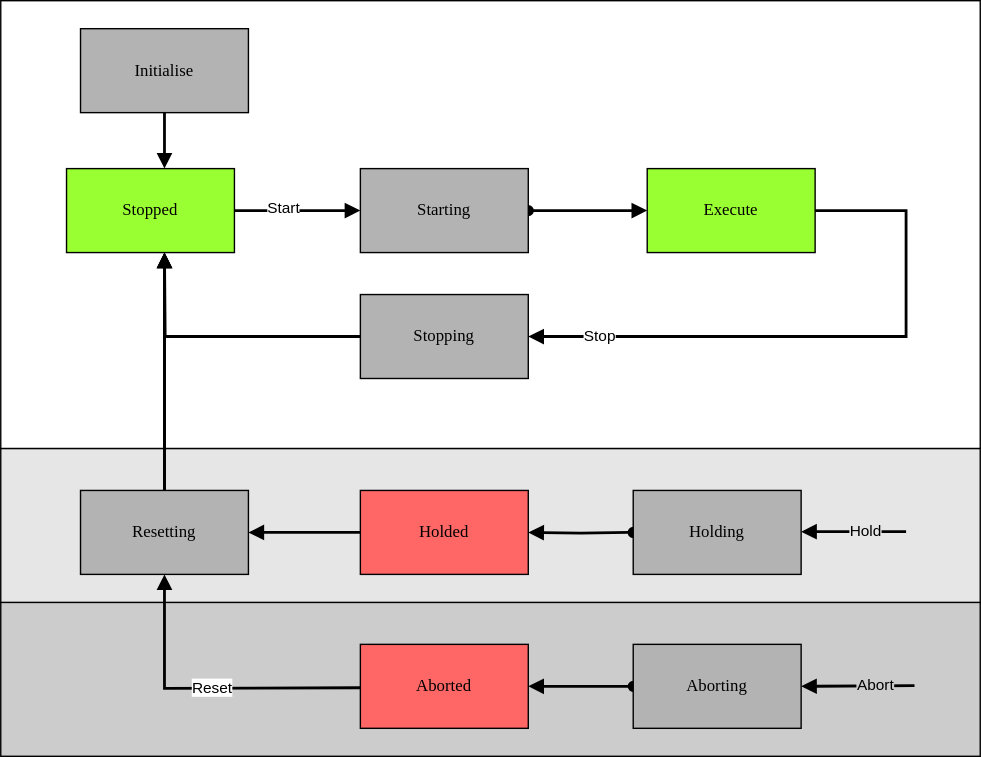
PeterZerlauth/Tc3_Component keeps this draw.io diagram as docs/StateMachine.drawio.svg. Above is the earlier version. Source tidied: cells renumbered, new cells last; positions are measured from the earlier drawing's top-left corner, leaving out a move shared by most shapes.
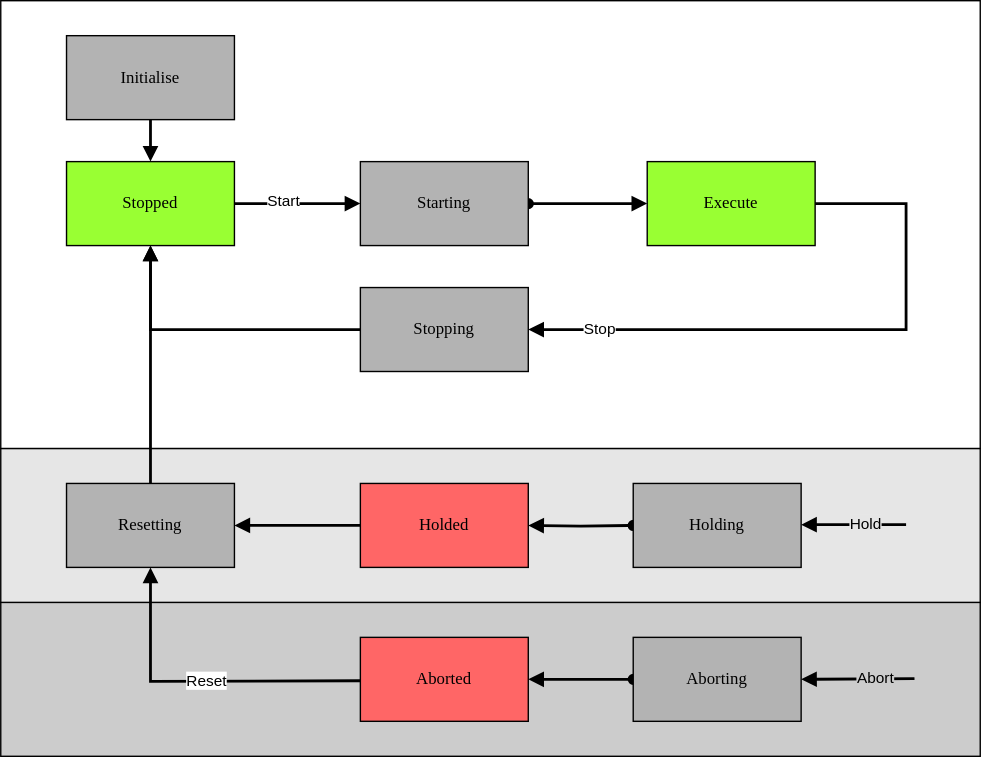
The same file after the commit.

Diff of the diagram source:
```diff
@@ -2,59 +2,60 @@
   <root>
     <mxCell id="0" />
     <mxCell id="1" parent="0" />
+    <mxCell id="34" style="group;" parent="1" vertex="1">
+      <mxGeometry y="5" width="700" height="540" as="geometry" />
+    </mxCell>
-    <mxCell id="2" style="rounded=0;whiteSpace=wrap;html=1;fontFamily=Helvetica;fontSize=11;fontColor=default;labelBackgroundColor=default;fillColor=#CCCCCC;" parent="1" vertex="1">
+    <mxCell id="2" style="rounded=0;whiteSpace=wrap;html=1;fontFamily=Helvetica;fontSize=11;fontColor=default;labelBackgroundColor=default;fillColor=#CCCCCC;" parent="34" vertex="1">
       <mxGeometry y="430" width="700" height="110" as="geometry" />
     </mxCell>
-    <mxCell id="3" style="rounded=0;whiteSpace=wrap;html=1;fontFamily=Helvetica;fontSize=11;fontColor=default;labelBackgroundColor=default;fillColor=#E6E6E6;" parent="1" vertex="1">
+    <mxCell id="3" style="rounded=0;whiteSpace=wrap;html=1;fontFamily=Helvetica;fontSize=11;fontColor=default;labelBackgroundColor=default;fillColor=#E6E6E6;" parent="34" vertex="1">
       <mxGeometry y="320" width="700" height="110" as="geometry" />
     </mxCell>
-    <mxCell id="4" style="rounded=0;whiteSpace=wrap;html=1;fontFamily=Helvetica;fontSize=11;fontColor=default;labelBackgroundColor=default;fillColor=#FFFFFF;" parent="1" vertex="1">
+    <mxCell id="4" style="rounded=0;whiteSpace=wrap;html=1;fontFamily=Helvetica;fontSize=11;fontColor=default;labelBackgroundColor=default;fillColor=#FFFFFF;" parent="34" vertex="1">
       <mxGeometry width="700" height="320" as="geometry" />
     </mxCell>
+    <mxCell id="35" style="group;" parent="1" vertex="1">
+      <mxGeometry x="47" y="30" width="606" height="490" as="geometry" />
+    </mxCell>
-    <mxCell id="5" value="Execute" style="rounded=0;whiteSpace=wrap;html=1;arcSize=24;fillColor=#99FF33;strokeColor=#000000;shadow=0;comic=0;labelBackgroundColor=none;fontFamily=Verdana;fontSize=12;fontColor=#000000;align=center;" parent="1" vertex="1">
-      <mxGeometry x="462" y="120" width="120" height="60" as="geometry" />
+    <mxCell id="5" value="Execute" style="rounded=0;whiteSpace=wrap;html=1;arcSize=24;fillColor=#99FF33;strokeColor=#000000;shadow=0;comic=0;labelBackgroundColor=none;fontFamily=Verdana;fontSize=12;fontColor=#000000;align=center;" parent="35" vertex="1">
+      <mxGeometry x="415" y="90" width="120" height="60" as="geometry" />
     </mxCell>
-    <mxCell id="6" style="edgeStyle=orthogonalEdgeStyle;rounded=0;jettySize=auto;html=1;strokeColor=default;align=center;verticalAlign=middle;fontFamily=Helvetica;fontSize=11;fontColor=default;labelBackgroundColor=default;endArrow=block;endFill=1;entryX=0;entryY=0.5;entryDx=0;entryDy=0;strokeWidth=2;exitX=1;exitY=0.5;exitDx=0;exitDy=0;" parent="1" edge="1" source="21" target="14">
+    <mxCell id="6" style="edgeStyle=orthogonalEdgeStyle;rounded=0;jettySize=auto;html=1;strokeColor=default;align=center;verticalAlign=middle;fontFamily=Helvetica;fontSize=11;fontColor=default;labelBackgroundColor=default;endArrow=block;endFill=1;entryX=0;entryY=0.5;entryDx=0;entryDy=0;strokeWidth=2;exitX=1;exitY=0.5;exitDx=0;exitDy=0;" parent="35" edge="1" source="21" target="14">
       <mxGeometry relative="1" as="geometry" />
     </mxCell>
     <mxCell id="7" value="Start" style="edgeLabel;html=1;align=center;verticalAlign=middle;fontFamily=Helvetica;fontSize=11;fontColor=default;labelBackgroundColor=#FFFFFF;" parent="6" vertex="1">
       <mxGeometry x="-0.25" y="3" relative="1" as="geometry" />
     </mxCell>
-    <mxCell id="8" style="edgeStyle=orthogonalEdgeStyle;rounded=0;jettySize=auto;html=1;entryX=0.5;entryY=1;entryDx=0;entryDy=0;strokeColor=default;align=center;verticalAlign=middle;fontFamily=Helvetica;fontSize=11;fontColor=default;labelBackgroundColor=default;endArrow=block;endFill=1;strokeWidth=2;" parent="1" edge="1" source="32">
-      <mxGeometry relative="1" as="geometry">
-        <mxPoint x="117" y="180" as="targetPoint" />
-      </mxGeometry>
-    </mxCell>
-    <mxCell id="9" value="Holded" style="rounded=0;whiteSpace=wrap;html=1;arcSize=24;fillColor=#FF6666;strokeColor=#000000;shadow=0;comic=0;labelBackgroundColor=none;fontFamily=Verdana;fontSize=12;fontColor=#000000;align=center;" parent="1" vertex="1">
-      <mxGeometry x="257" y="350" width="120" height="60" as="geometry" />
+    <mxCell id="9" value="Holded" style="rounded=0;whiteSpace=wrap;html=1;arcSize=24;fillColor=#FF6666;strokeColor=#000000;shadow=0;comic=0;labelBackgroundColor=none;fontFamily=Verdana;fontSize=12;fontColor=#000000;align=center;" parent="35" vertex="1">
+      <mxGeometry x="210" y="320" width="120" height="60" as="geometry" />
     </mxCell>
-    <mxCell id="10" value="Aborted" style="rounded=0;whiteSpace=wrap;html=1;arcSize=24;fillColor=#FF6666;strokeColor=#000000;shadow=0;comic=0;labelBackgroundColor=none;fontFamily=Verdana;fontSize=12;fontColor=#000000;align=center;" parent="1" vertex="1">
-      <mxGeometry x="257" y="460" width="120" height="60" as="geometry" />
+    <mxCell id="10" value="Aborted" style="rounded=0;whiteSpace=wrap;html=1;arcSize=24;fillColor=#FF6666;strokeColor=#000000;shadow=0;comic=0;labelBackgroundColor=none;fontFamily=Verdana;fontSize=12;fontColor=#000000;align=center;" parent="35" vertex="1">
+      <mxGeometry x="210" y="430" width="120" height="60" as="geometry" />
     </mxCell>
-    <mxCell id="11" style="edgeStyle=orthogonalEdgeStyle;rounded=0;jettySize=auto;html=1;strokeColor=default;align=center;verticalAlign=middle;fontFamily=Helvetica;fontSize=11;fontColor=default;labelBackgroundColor=default;endArrow=block;endFill=1;strokeWidth=2;startArrow=oval;startFill=1;" parent="1" edge="1" target="9">
+    <mxCell id="11" style="edgeStyle=orthogonalEdgeStyle;rounded=0;jettySize=auto;html=1;strokeColor=default;align=center;verticalAlign=middle;fontFamily=Helvetica;fontSize=11;fontColor=default;labelBackgroundColor=default;endArrow=block;endFill=1;strokeWidth=2;startArrow=oval;startFill=1;" parent="35" edge="1" target="9">
       <mxGeometry relative="1" as="geometry">
-        <mxPoint x="452" y="380" as="sourcePoint" />
+        <mxPoint x="405" y="350" as="sourcePoint" />
       </mxGeometry>
     </mxCell>
-    <mxCell id="12" style="edgeStyle=orthogonalEdgeStyle;rounded=0;jettySize=auto;html=1;strokeColor=default;align=center;verticalAlign=middle;fontFamily=Helvetica;fontSize=11;fontColor=default;labelBackgroundColor=default;endArrow=block;endFill=1;strokeWidth=2;startArrow=oval;startFill=1;exitX=0;exitY=0.5;exitDx=0;exitDy=0;" parent="1" edge="1" source="16" target="10">
+    <mxCell id="12" style="edgeStyle=orthogonalEdgeStyle;rounded=0;jettySize=auto;html=1;strokeColor=default;align=center;verticalAlign=middle;fontFamily=Helvetica;fontSize=11;fontColor=default;labelBackgroundColor=default;endArrow=block;endFill=1;strokeWidth=2;startArrow=oval;startFill=1;exitX=0;exitY=0.5;exitDx=0;exitDy=0;" parent="35" edge="1" source="16" target="10">
       <mxGeometry relative="1" as="geometry" />
     </mxCell>
-    <mxCell id="13" style="edgeStyle=orthogonalEdgeStyle;rounded=0;jettySize=auto;html=1;exitX=1;exitY=0.5;exitDx=0;exitDy=0;entryX=0;entryY=0.5;entryDx=0;entryDy=0;strokeColor=default;align=center;verticalAlign=middle;fontFamily=Helvetica;fontSize=11;fontColor=default;labelBackgroundColor=default;endArrow=block;endFill=1;strokeWidth=2;startArrow=oval;startFill=1;" parent="1" edge="1" source="14" target="5">
+    <mxCell id="13" style="edgeStyle=orthogonalEdgeStyle;rounded=0;jettySize=auto;html=1;exitX=1;exitY=0.5;exitDx=0;exitDy=0;entryX=0;entryY=0.5;entryDx=0;entryDy=0;strokeColor=default;align=center;verticalAlign=middle;fontFamily=Helvetica;fontSize=11;fontColor=default;labelBackgroundColor=default;endArrow=block;endFill=1;strokeWidth=2;startArrow=oval;startFill=1;" parent="35" edge="1" source="14" target="5">
       <mxGeometry relative="1" as="geometry" />
     </mxCell>
-    <mxCell id="14" value="Starting" style="rounded=0;whiteSpace=wrap;html=1;arcSize=24;fillColor=#B3B3B3;strokeColor=#000000;shadow=0;comic=0;labelBackgroundColor=none;fontFamily=Verdana;fontSize=12;fontColor=#000000;align=center;" parent="1" vertex="1">
-      <mxGeometry x="257" y="120" width="120" height="60" as="geometry" />
+    <mxCell id="14" value="Starting" style="rounded=0;whiteSpace=wrap;html=1;arcSize=24;fillColor=#B3B3B3;strokeColor=#000000;shadow=0;comic=0;labelBackgroundColor=none;fontFamily=Verdana;fontSize=12;fontColor=#000000;align=center;" parent="35" vertex="1">
+      <mxGeometry x="210" y="90" width="120" height="60" as="geometry" />
     </mxCell>
-    <mxCell id="15" value="Holding" style="rounded=0;whiteSpace=wrap;html=1;arcSize=24;fillColor=#B3B3B3;strokeColor=#000000;shadow=0;comic=0;labelBackgroundColor=none;fontFamily=Verdana;fontSize=12;fontColor=#000000;align=center;" parent="1" vertex="1">
-      <mxGeometry x="452" y="350" width="120" height="60" as="geometry" />
+    <mxCell id="15" value="Holding" style="rounded=0;whiteSpace=wrap;html=1;arcSize=24;fillColor=#B3B3B3;strokeColor=#000000;shadow=0;comic=0;labelBackgroundColor=none;fontFamily=Verdana;fontSize=12;fontColor=#000000;align=center;" parent="35" vertex="1">
+      <mxGeometry x="405" y="320" width="120" height="60" as="geometry" />
     </mxCell>
-    <mxCell id="16" value="Aborting" style="rounded=0;whiteSpace=wrap;html=1;arcSize=24;fillColor=#B3B3B3;strokeColor=#000000;shadow=0;comic=0;labelBackgroundColor=none;fontFamily=Verdana;fontSize=12;fontColor=#000000;align=center;" parent="1" vertex="1">
-      <mxGeometry x="452" y="460" width="120" height="60" as="geometry" />
+    <mxCell id="16" value="Aborting" style="rounded=0;whiteSpace=wrap;html=1;arcSize=24;fillColor=#B3B3B3;strokeColor=#000000;shadow=0;comic=0;labelBackgroundColor=none;fontFamily=Verdana;fontSize=12;fontColor=#000000;align=center;" parent="35" vertex="1">
+      <mxGeometry x="405" y="430" width="120" height="60" as="geometry" />
     </mxCell>
-    <mxCell id="17" style="edgeStyle=orthogonalEdgeStyle;rounded=0;orthogonalLoop=1;jettySize=auto;html=1;strokeColor=default;align=center;verticalAlign=middle;fontFamily=Helvetica;fontSize=11;fontColor=default;labelBackgroundColor=default;endArrow=block;endFill=1;strokeWidth=2;" parent="1" edge="1">
+    <mxCell id="17" style="edgeStyle=orthogonalEdgeStyle;rounded=0;orthogonalLoop=1;jettySize=auto;html=1;strokeColor=default;align=center;verticalAlign=middle;fontFamily=Helvetica;fontSize=11;fontColor=default;labelBackgroundColor=default;endArrow=block;endFill=1;strokeWidth=2;" parent="35" edge="1">
       <mxGeometry relative="1" as="geometry">
-        <mxPoint x="647" y="379.5" as="sourcePoint" />
-        <mxPoint x="572" y="379.5" as="targetPoint" />
+        <mxPoint x="600" y="349.5" as="sourcePoint" />
+        <mxPoint x="525" y="349.5" as="targetPoint" />
       </mxGeometry>
     </mxCell>
     <mxCell id="18" value="Hold" style="edgeLabel;html=1;align=center;verticalAlign=middle;fontFamily=Helvetica;fontSize=11;fontColor=default;labelBackgroundColor=#E6E6E6;" parent="17" vertex="1">
@@ -62,9 +63,9 @@
         <mxPoint y="-4" as="offset" />
       </mxGeometry>
     </mxCell>
-    <mxCell id="19" style="edgeStyle=orthogonalEdgeStyle;rounded=0;jettySize=auto;html=1;strokeColor=default;align=center;verticalAlign=middle;fontFamily=Helvetica;fontSize=11;fontColor=default;labelBackgroundColor=default;endArrow=block;endFill=1;strokeWidth=2;entryX=1;entryY=0.5;entryDx=0;entryDy=0;" parent="1" edge="1" target="16">
+    <mxCell id="19" style="edgeStyle=orthogonalEdgeStyle;rounded=0;jettySize=auto;html=1;strokeColor=default;align=center;verticalAlign=middle;fontFamily=Helvetica;fontSize=11;fontColor=default;labelBackgroundColor=default;endArrow=block;endFill=1;strokeWidth=2;entryX=1;entryY=0.5;entryDx=0;entryDy=0;" parent="35" edge="1" target="16">
       <mxGeometry relative="1" as="geometry">
-        <mxPoint x="653" y="489.5" as="sourcePoint" />
+        <mxPoint x="606" y="459.5" as="sourcePoint" />
       </mxGeometry>
     </mxCell>
     <mxCell id="20" value="Abort" style="edgeLabel;html=1;align=center;verticalAlign=middle;fontFamily=Helvetica;fontSize=11;fontColor=default;labelBackgroundColor=#CCCCCC;" parent="19" vertex="1">
@@ -72,22 +73,20 @@
         <mxPoint y="1" as="offset" />
       </mxGeometry>
     </mxCell>
-    <mxCell id="21" value="Stopped" style="rounded=0;whiteSpace=wrap;html=1;arcSize=24;fillColor=#99FF33;strokeColor=#000000;shadow=0;comic=0;labelBackgroundColor=none;fontFamily=Verdana;fontSize=12;fontColor=#000000;align=center;" parent="1" vertex="1">
-      <mxGeometry x="47" y="120" width="120" height="60" as="geometry" />
+    <mxCell id="21" value="Stopped" style="rounded=0;whiteSpace=wrap;html=1;arcSize=24;fillColor=#99FF33;strokeColor=#000000;shadow=0;comic=0;labelBackgroundColor=none;fontFamily=Verdana;fontSize=12;fontColor=#000000;align=center;" parent="35" vertex="1">
+      <mxGeometry y="90" width="120" height="60" as="geometry" />
     </mxCell>
-    <mxCell id="22" value="Stopping" style="rounded=0;whiteSpace=wrap;html=1;arcSize=24;fillColor=#B3B3B3;strokeColor=#000000;shadow=0;comic=0;labelBackgroundColor=none;fontFamily=Verdana;fontSize=12;fontColor=#000000;align=center;" parent="1" vertex="1">
-      <mxGeometry x="257" y="210" width="120" height="60" as="geometry" />
+    <mxCell id="22" value="Stopping" style="rounded=0;whiteSpace=wrap;html=1;arcSize=24;fillColor=#B3B3B3;strokeColor=#000000;shadow=0;comic=0;labelBackgroundColor=none;fontFamily=Verdana;fontSize=12;fontColor=#000000;align=center;" parent="35" vertex="1">
+      <mxGeometry x="210" y="180" width="120" height="60" as="geometry" />
     </mxCell>
-    <mxCell id="23" style="edgeStyle=orthogonalEdgeStyle;rounded=0;jettySize=auto;html=1;strokeColor=default;align=center;verticalAlign=middle;fontFamily=Helvetica;fontSize=11;fontColor=default;labelBackgroundColor=default;endArrow=block;endFill=1;strokeWidth=2;entryX=0.5;entryY=1;entryDx=0;entryDy=0;" parent="1" edge="1" source="32">
-      <mxGeometry relative="1" as="geometry">
-        <mxPoint x="117" y="180" as="targetPoint" />
-      </mxGeometry>
+    <mxCell id="23" style="edgeStyle=orthogonalEdgeStyle;rounded=0;jettySize=auto;html=1;strokeColor=default;align=center;verticalAlign=middle;fontFamily=Helvetica;fontSize=11;fontColor=default;labelBackgroundColor=default;endArrow=block;endFill=1;strokeWidth=2;entryX=0.5;entryY=1;entryDx=0;entryDy=0;" parent="35" edge="1" source="32" target="21">
+      <mxGeometry relative="1" as="geometry" />
     </mxCell>
-    <mxCell id="24" style="edgeStyle=orthogonalEdgeStyle;rounded=0;jettySize=auto;html=1;strokeColor=default;align=center;verticalAlign=middle;fontFamily=Helvetica;fontSize=11;fontColor=default;labelBackgroundColor=default;endArrow=block;endFill=1;strokeWidth=2;entryX=1;entryY=0.5;entryDx=0;entryDy=0;exitX=1;exitY=0.5;exitDx=0;exitDy=0;" parent="1" edge="1" source="5" target="22">
+    <mxCell id="24" style="edgeStyle=orthogonalEdgeStyle;rounded=0;jettySize=auto;html=1;strokeColor=default;align=center;verticalAlign=middle;fontFamily=Helvetica;fontSize=11;fontColor=default;labelBackgroundColor=default;endArrow=block;endFill=1;strokeWidth=2;entryX=1;entryY=0.5;entryDx=0;entryDy=0;exitX=1;exitY=0.5;exitDx=0;exitDy=0;" parent="35" edge="1" source="5" target="22">
       <mxGeometry relative="1" as="geometry">
         <Array as="points">
-          <mxPoint x="647" y="150" />
-          <mxPoint x="647" y="240" />
+          <mxPoint x="600" y="120" />
+          <mxPoint x="600" y="210" />
         </Array>
       </mxGeometry>
     </mxCell>
@@ -96,9 +95,9 @@
         <mxPoint x="-205" y="-4" as="offset" />
       </mxGeometry>
     </mxCell>
-    <mxCell id="26" style="edgeStyle=orthogonalEdgeStyle;rounded=0;jettySize=auto;html=1;strokeColor=default;align=center;verticalAlign=middle;fontFamily=Helvetica;fontSize=11;fontColor=default;labelBackgroundColor=default;endArrow=block;endFill=1;strokeWidth=2;entryX=0.5;entryY=1;entryDx=0;entryDy=0;" parent="1" edge="1" target="32">
+    <mxCell id="26" style="edgeStyle=orthogonalEdgeStyle;rounded=0;jettySize=auto;html=1;strokeColor=default;align=center;verticalAlign=middle;fontFamily=Helvetica;fontSize=11;fontColor=default;labelBackgroundColor=default;endArrow=block;endFill=1;strokeWidth=2;entryX=0.5;entryY=1;entryDx=0;entryDy=0;" parent="35" edge="1" target="32">
       <mxGeometry relative="1" as="geometry">
-        <mxPoint x="257" y="491" as="sourcePoint" />
+        <mxPoint x="210" y="461" as="sourcePoint" />
       </mxGeometry>
     </mxCell>
     <mxCell id="27" value="Reset" style="edgeLabel;html=1;align=center;verticalAlign=middle;" parent="26" vertex="1">
@@ -106,19 +105,17 @@
         <mxPoint x="-34" y="-1" as="offset" />
       </mxGeometry>
     </mxCell>
-    <mxCell id="28" value="Initialise" style="rounded=0;whiteSpace=wrap;html=1;arcSize=24;fillColor=#B3B3B3;strokeColor=#000000;shadow=0;comic=0;labelBackgroundColor=none;fontFamily=Verdana;fontSize=12;fontColor=#000000;align=center;" parent="1" vertex="1">
-      <mxGeometry x="57" y="20" width="120" height="60" as="geometry" />
+    <mxCell id="28" value="Initialise" style="rounded=0;whiteSpace=wrap;html=1;arcSize=24;fillColor=#B3B3B3;strokeColor=#000000;shadow=0;comic=0;labelBackgroundColor=none;fontFamily=Verdana;fontSize=12;fontColor=#000000;align=center;" parent="35" vertex="1">
+      <mxGeometry width="120" height="60" as="geometry" />
     </mxCell>
-    <mxCell id="29" style="edgeStyle=orthogonalEdgeStyle;rounded=0;jettySize=auto;html=1;strokeColor=default;align=center;verticalAlign=middle;fontFamily=Helvetica;fontSize=11;fontColor=default;labelBackgroundColor=default;endArrow=block;endFill=1;strokeWidth=2;entryX=0.5;entryY=0;entryDx=0;entryDy=0;exitX=0.5;exitY=1;exitDx=0;exitDy=0;" parent="1" edge="1" source="28">
-      <mxGeometry relative="1" as="geometry">
-        <mxPoint x="117" y="120" as="targetPoint" />
-      </mxGeometry>
+    <mxCell id="29" style="edgeStyle=orthogonalEdgeStyle;rounded=0;jettySize=auto;html=1;strokeColor=default;align=center;verticalAlign=middle;fontFamily=Helvetica;fontSize=11;fontColor=default;labelBackgroundColor=default;endArrow=block;endFill=1;strokeWidth=2;entryX=0.5;entryY=0;entryDx=0;entryDy=0;exitX=0.5;exitY=1;exitDx=0;exitDy=0;" parent="35" edge="1" source="28" target="21">
+      <mxGeometry relative="1" as="geometry" />
     </mxCell>
-    <mxCell id="30" style="edgeStyle=orthogonalEdgeStyle;rounded=0;jettySize=auto;html=1;entryX=1;entryY=0.5;entryDx=0;entryDy=0;strokeColor=default;align=center;verticalAlign=middle;fontFamily=Helvetica;fontSize=11;fontColor=default;labelBackgroundColor=default;endArrow=block;endFill=1;strokeWidth=2;" parent="1" edge="1" source="9" target="32">
+    <mxCell id="30" style="edgeStyle=orthogonalEdgeStyle;rounded=0;jettySize=auto;html=1;entryX=1;entryY=0.5;entryDx=0;entryDy=0;strokeColor=default;align=center;verticalAlign=middle;fontFamily=Helvetica;fontSize=11;fontColor=default;labelBackgroundColor=default;endArrow=block;endFill=1;strokeWidth=2;" parent="35" edge="1" source="9" target="32">
       <mxGeometry relative="1" as="geometry">
         <Array as="points">
-          <mxPoint x="267" y="380" />
-          <mxPoint x="267" y="380" />
+          <mxPoint x="220" y="350" />
+          <mxPoint x="220" y="350" />
         </Array>
       </mxGeometry>
     </mxCell>
@@ -127,13 +124,11 @@
         <mxPoint x="-101" y="3" as="offset" />
       </mxGeometry>
     </mxCell>
-    <mxCell id="32" value="Resetting" style="rounded=0;whiteSpace=wrap;html=1;arcSize=24;fillColor=#B3B3B3;strokeColor=#000000;shadow=0;comic=0;labelBackgroundColor=none;fontFamily=Verdana;fontSize=12;fontColor=#000000;align=center;" parent="1" vertex="1">
-      <mxGeometry x="57" y="350" width="120" height="60" as="geometry" />
+    <mxCell id="32" value="Resetting" style="rounded=0;whiteSpace=wrap;html=1;arcSize=24;fillColor=#B3B3B3;strokeColor=#000000;shadow=0;comic=0;labelBackgroundColor=none;fontFamily=Verdana;fontSize=12;fontColor=#000000;align=center;" parent="35" vertex="1">
+      <mxGeometry y="320" width="120" height="60" as="geometry" />
     </mxCell>
-    <mxCell id="33" style="edgeStyle=orthogonalEdgeStyle;rounded=0;jettySize=auto;html=1;strokeColor=default;align=center;verticalAlign=middle;fontFamily=Helvetica;fontSize=11;fontColor=default;labelBackgroundColor=default;endArrow=block;endFill=1;strokeWidth=2;exitX=0;exitY=0.5;exitDx=0;exitDy=0;" parent="1" edge="1" source="22">
-      <mxGeometry relative="1" as="geometry">
-        <mxPoint x="117" y="180" as="targetPoint" />
-      </mxGeometry>
+    <mxCell id="33" style="edgeStyle=orthogonalEdgeStyle;rounded=0;jettySize=auto;html=1;strokeColor=default;align=center;verticalAlign=middle;fontFamily=Helvetica;fontSize=11;fontColor=default;labelBackgroundColor=default;endArrow=block;endFill=1;strokeWidth=2;exitX=0;exitY=0.5;exitDx=0;exitDy=0;entryX=0.5;entryY=1;entryDx=0;entryDy=0;" parent="35" edge="1" source="22" target="21">
+      <mxGeometry relative="1" as="geometry" />
     </mxCell>
   </root>
 </mxGraphModel>
```
